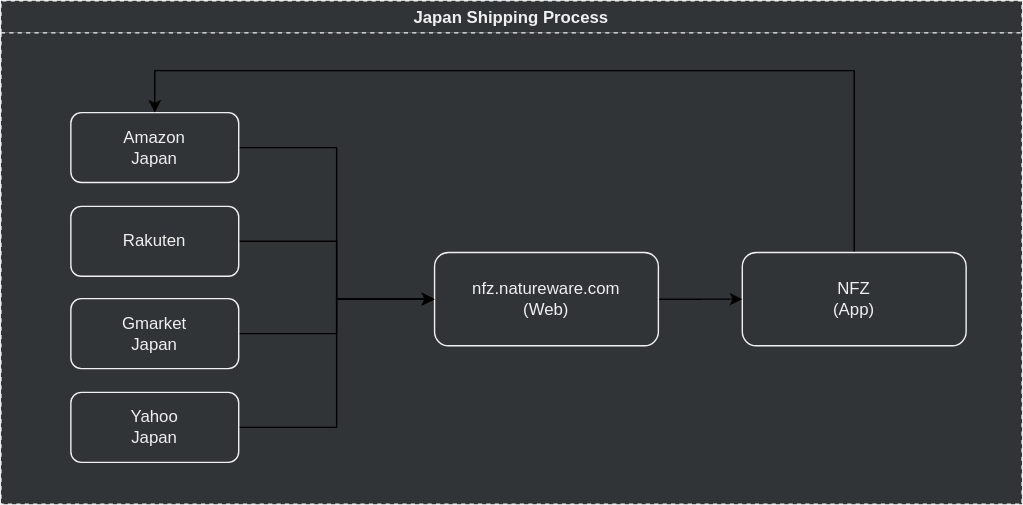
Above: assets/.draw.io/references/japan-shipping-process.svg in jiholee-ntwglobal/jiholee-ntwglobal.github.io (draw.io), before the change. Source tidied: cells renumbered, new cells last; positions are measured from the earlier drawing's top-left corner, leaving out a move shared by most shapes.
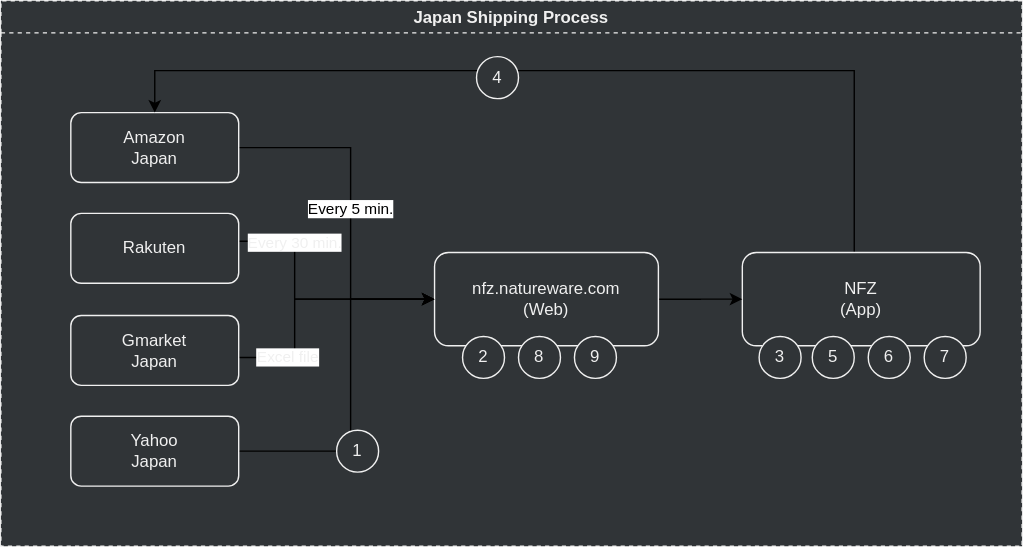
The same diagram one commit later.

Diff of the diagram source:
```diff
@@ -2,11 +2,16 @@
   <root>
     <mxCell id="0" />
     <mxCell id="1" parent="0" />
-    <mxCell id="2" value="Japan Shipping Process" style="swimlane;rounded=0;fontColor=#F0F0F0;strokeColor=#F0F0F0;dashed=1;fillColor=#303437;swimlaneFillColor=#303437;" parent="1" vertex="1">
-      <mxGeometry width="730" height="360" as="geometry" />
+    <mxCell id="2" value="Japan Shipping Process" style="swimlane;rounded=0;fontColor=#F0F0F0;strokeColor=#F0F0F0;dashed=1;swimlaneFillColor=#303437;fillColor=#303437;" parent="1" vertex="1">
+      <mxGeometry width="730" height="390" as="geometry" />
     </mxCell>
-    <mxCell id="3" style="edgeStyle=orthogonalEdgeStyle;rounded=0;jettySize=auto;html=1;entryX=0;entryY=0.5;entryDx=0;entryDy=0;" parent="2" edge="1" source="4" target="8">
-      <mxGeometry relative="1" as="geometry" />
+    <mxCell id="3" value="Every 5 min." style="edgeStyle=orthogonalEdgeStyle;rounded=0;jettySize=auto;html=1;entryX=0;entryY=0.5;entryDx=0;entryDy=0;" parent="2" edge="1" source="4" target="8">
+      <mxGeometry relative="1" as="geometry">
+        <Array as="points">
+          <mxPoint x="250" y="105" />
+          <mxPoint x="250" y="213" />
+        </Array>
+      </mxGeometry>
     </mxCell>
     <mxCell id="4" value="Amazon&lt;br&gt;Japan" style="rounded=1;whiteSpace=wrap;html=1;fillColor=none;fontColor=#F0F0F0;strokeColor=#F0F0F0;" parent="2" vertex="1">
       <mxGeometry x="50" y="80" width="120" height="50" as="geometry" />
@@ -20,7 +25,7 @@
       </mxGeometry>
     </mxCell>
     <mxCell id="6" value="NFZ&lt;br&gt;(App)" style="rounded=1;whiteSpace=wrap;html=1;fillColor=none;fontColor=#F0F0F0;strokeColor=#F0F0F0;" parent="2" vertex="1">
-      <mxGeometry x="530" y="180" width="160" height="66.7" as="geometry" />
+      <mxGeometry x="530" y="180" width="170" height="66.7" as="geometry" />
     </mxCell>
     <mxCell id="7" style="edgeStyle=orthogonalEdgeStyle;rounded=0;jettySize=auto;html=1;entryX=0;entryY=0.5;entryDx=0;entryDy=0;" parent="2" edge="1" source="8" target="6">
       <mxGeometry relative="1" as="geometry" />
@@ -29,22 +34,70 @@
       <mxGeometry x="310" y="180" width="160" height="66.7" as="geometry" />
     </mxCell>
     <mxCell id="9" style="edgeStyle=orthogonalEdgeStyle;rounded=0;jettySize=auto;html=1;entryX=0;entryY=0.5;entryDx=0;entryDy=0;" parent="2" edge="1" source="10" target="8">
-      <mxGeometry relative="1" as="geometry" />
+      <mxGeometry relative="1" as="geometry">
+        <Array as="points">
+          <mxPoint x="210" y="172" />
+          <mxPoint x="210" y="213" />
+        </Array>
+      </mxGeometry>
     </mxCell>
+    <mxCell id="15" value="Every 30 min." style="edgeLabel;html=1;align=center;verticalAlign=middle;fontColor=#F0F0F0;" parent="9" vertex="1">
+      <mxGeometry x="-0.57" relative="1" as="geometry" />
+    </mxCell>
     <mxCell id="10" value="Rakuten" style="rounded=1;whiteSpace=wrap;html=1;fillColor=none;fontColor=#F0F0F0;strokeColor=#F0F0F0;" parent="2" vertex="1">
-      <mxGeometry x="50" y="147" width="120" height="50" as="geometry" />
+      <mxGeometry x="50" y="152" width="120" height="50" as="geometry" />
     </mxCell>
-    <mxCell id="11" style="edgeStyle=orthogonalEdgeStyle;rounded=0;jettySize=auto;html=1;entryX=0;entryY=0.5;entryDx=0;entryDy=0;" parent="2" edge="1" source="12" target="8">
-      <mxGeometry relative="1" as="geometry" />
+    <mxCell id="11" style="edgeStyle=orthogonalEdgeStyle;rounded=0;jettySize=auto;html=1;entryX=0;entryY=0.5;entryDx=0;entryDy=0;exitX=1;exitY=0.5;exitDx=0;exitDy=0;" parent="2" edge="1" source="12" target="8">
+      <mxGeometry relative="1" as="geometry">
+        <Array as="points">
+          <mxPoint x="210" y="255" />
+          <mxPoint x="210" y="213" />
+        </Array>
+      </mxGeometry>
     </mxCell>
+    <mxCell id="16" value="Excel file" style="edgeLabel;html=1;align=center;verticalAlign=middle;fontColor=#F0F0F0;" parent="11" vertex="1">
+      <mxGeometry x="-0.58" y="1" relative="1" as="geometry" />
+    </mxCell>
     <mxCell id="12" value="Gmarket&lt;br&gt;Japan" style="rounded=1;whiteSpace=wrap;html=1;fillColor=none;fontColor=#F0F0F0;strokeColor=#F0F0F0;" parent="2" vertex="1">
-      <mxGeometry x="50" y="213" width="120" height="50" as="geometry" />
+      <mxGeometry x="50" y="225" width="120" height="50" as="geometry" />
     </mxCell>
     <mxCell id="13" style="edgeStyle=orthogonalEdgeStyle;rounded=0;jettySize=auto;html=1;entryX=0;entryY=0.5;entryDx=0;entryDy=0;" parent="2" edge="1" source="14" target="8">
-      <mxGeometry relative="1" as="geometry" />
+      <mxGeometry relative="1" as="geometry">
+        <Array as="points">
+          <mxPoint x="250" y="322" />
+          <mxPoint x="250" y="213" />
+        </Array>
+      </mxGeometry>
     </mxCell>
     <mxCell id="14" value="Yahoo&lt;br&gt;Japan" style="rounded=1;whiteSpace=wrap;html=1;fillColor=none;fontColor=#F0F0F0;strokeColor=#F0F0F0;" parent="2" vertex="1">
-      <mxGeometry x="50" y="280" width="120" height="50" as="geometry" />
+      <mxGeometry x="50" y="297" width="120" height="50" as="geometry" />
     </mxCell>
+    <mxCell id="17" value="1" style="ellipse;whiteSpace=wrap;html=1;fillColor=#303437;strokeColor=#F0F0F0;fontColor=#F0F0F0;" parent="2" vertex="1">
+      <mxGeometry x="240" y="307" width="30" height="30" as="geometry" />
+    </mxCell>
+    <mxCell id="18" value="2" style="ellipse;whiteSpace=wrap;html=1;fillColor=#303437;strokeColor=#F0F0F0;fontColor=#F0F0F0;" parent="2" vertex="1">
+      <mxGeometry x="330" y="240" width="30" height="30" as="geometry" />
+    </mxCell>
+    <mxCell id="19" value="8" style="ellipse;whiteSpace=wrap;html=1;fillColor=#303437;strokeColor=#F0F0F0;fontColor=#F0F0F0;" parent="2" vertex="1">
+      <mxGeometry x="370" y="240" width="30" height="30" as="geometry" />
+    </mxCell>
+    <mxCell id="20" value="9" style="ellipse;whiteSpace=wrap;html=1;fillColor=#303437;strokeColor=#F0F0F0;fontColor=#F0F0F0;" parent="2" vertex="1">
+      <mxGeometry x="410" y="240" width="30" height="30" as="geometry" />
+    </mxCell>
+    <mxCell id="21" value="3" style="ellipse;whiteSpace=wrap;html=1;fillColor=#303437;strokeColor=#F0F0F0;fontColor=#F0F0F0;" parent="2" vertex="1">
+      <mxGeometry x="542" y="240" width="30" height="30" as="geometry" />
+    </mxCell>
+    <mxCell id="22" value="5" style="ellipse;whiteSpace=wrap;html=1;fillColor=#303437;strokeColor=#F0F0F0;fontColor=#F0F0F0;" parent="2" vertex="1">
+      <mxGeometry x="580" y="240" width="30" height="30" as="geometry" />
+    </mxCell>
+    <mxCell id="23" value="6" style="ellipse;whiteSpace=wrap;html=1;fillColor=#303437;strokeColor=#F0F0F0;fontColor=#F0F0F0;" parent="2" vertex="1">
+      <mxGeometry x="620" y="240" width="30" height="30" as="geometry" />
+    </mxCell>
+    <mxCell id="24" value="7" style="ellipse;whiteSpace=wrap;html=1;fillColor=#303437;strokeColor=#F0F0F0;fontColor=#F0F0F0;" parent="2" vertex="1">
+      <mxGeometry x="660" y="240" width="30" height="30" as="geometry" />
+    </mxCell>
+    <mxCell id="25" value="4" style="ellipse;whiteSpace=wrap;html=1;fillColor=#303437;strokeColor=#F0F0F0;fontColor=#F0F0F0;" parent="2" vertex="1">
+      <mxGeometry x="340" y="40" width="30" height="30" as="geometry" />
+    </mxCell>
   </root>
 </mxGraphModel>
```
